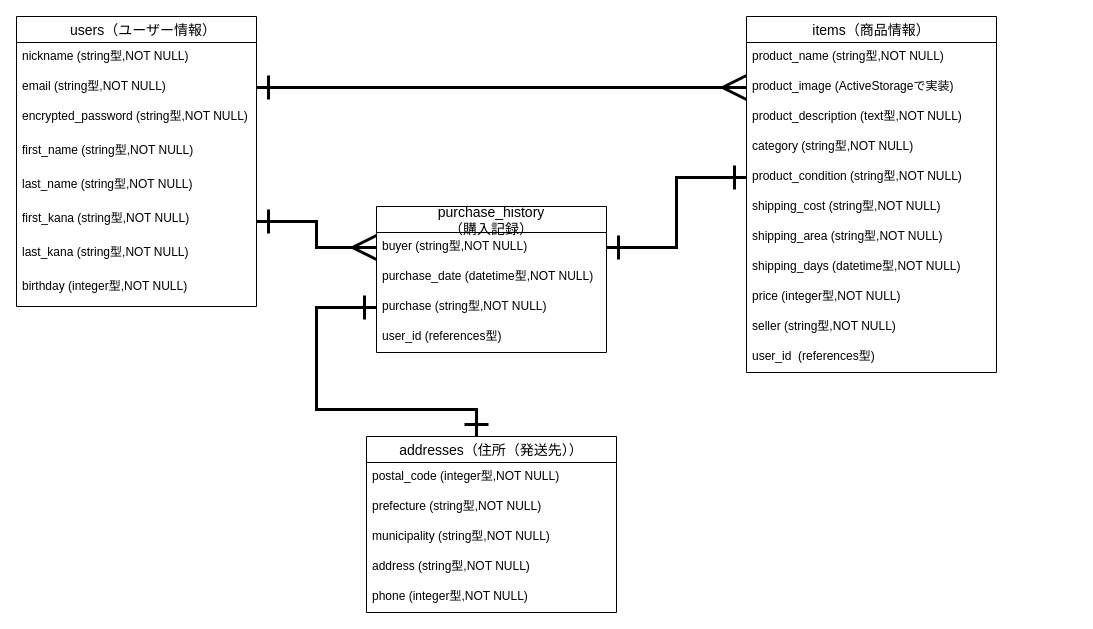
This is furima.dio from taka826/furima-30597, a draw.io file, before an edit. Source tidied: cells renumbered, new cells numbered last; positions are measured from the earlier drawing's top-left corner, leaving out a move shared by most shapes. Both pictures are drawn from the tidied source at 100%, with x=0, y=0 at pixel (16, 16).
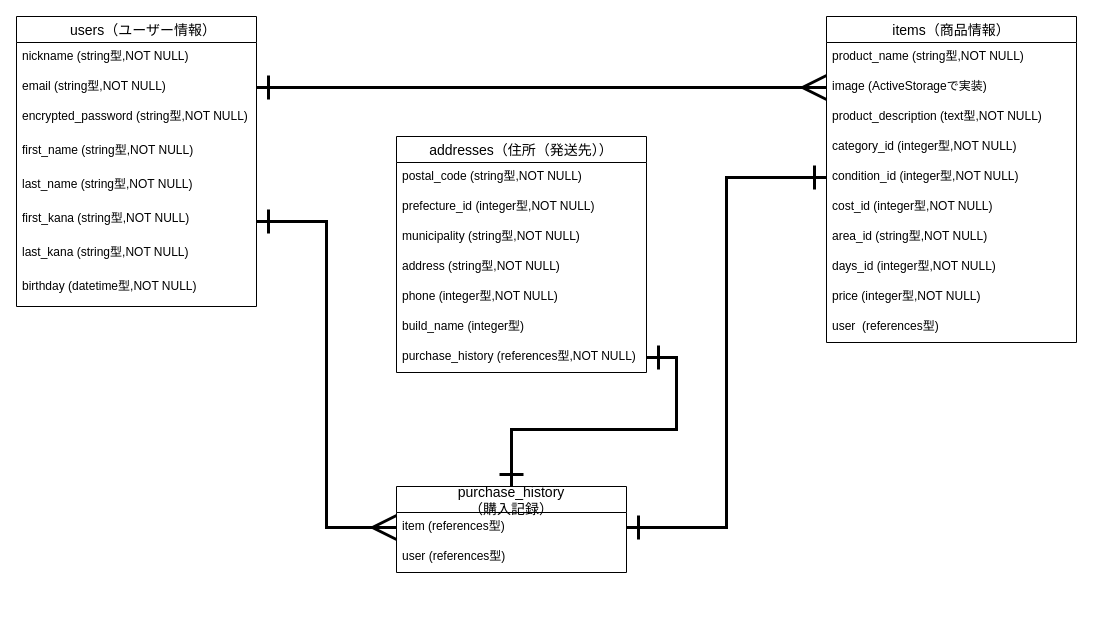
After the change.

Commit message (it also covers changes not shown here):
指摘を頂いた箇所の改善

The change refers to these unchanged cells:
```xml
<mxCell id="6" value="　users（ユーザー情報）" style="swimlane;fontStyle=0;horizontal=1;startSize=26;align=center;fontSize=14;" parent="1" vertex="1">
  <mxGeometry width="240" height="290" as="geometry" />
</mxCell>
```

Change to the diagram source:
```diff
@@
-    <mxCell id="4" style="edgeStyle=orthogonalEdgeStyle;rounded=0;jettySize=auto;html=1;exitX=0;exitY=0.5;exitDx=0;exitDy=0;entryX=0.44;entryY=0;entryDx=0;entryDy=0;entryPerimeter=0;startArrow=ERone;startFill=0;startSize=20;endArrow=ERone;endFill=0;endSize=20;strokeWidth=3;" parent="1" edge="1" target="32">
-      <mxGeometry relative="1" as="geometry">
-        <mxPoint x="360" y="291" as="sourcePoint" />
-        <Array as="points">
-          <mxPoint x="300" y="291" />
-          <mxPoint x="300" y="393" />
-          <mxPoint x="460" y="393" />
-        </Array>
-      </mxGeometry>
-    </mxCell>
@@
-    <mxCell id="14" value="birthday (integer型,NOT NULL)" style="text;strokeColor=none;fillColor=none;spacingLeft=4;spacingRight=4;overflow=hidden;fontSize=12;" parent="6" vertex="1">
+    <mxCell id="14" value="birthday (datetime型,NOT NULL)" style="text;strokeColor=none;fillColor=none;spacingLeft=4;spacingRight=4;overflow=hidden;fontSize=12;" parent="6" vertex="1">
       <mxGeometry y="256" width="240" height="34" as="geometry" />
     </mxCell>
     <mxCell id="15" value="items（商品情報）" style="swimlane;fontStyle=0;horizontal=1;startSize=26;align=center;fontSize=14;" parent="1" vertex="1">
-      <mxGeometry x="730" width="250" height="356" as="geometry" />
+      <mxGeometry x="810" width="250" height="326" as="geometry" />
     </mxCell>
@@
-    <mxCell id="17" value="product_image (ActiveStorageで実装)" style="text;strokeColor=none;fillColor=none;spacingLeft=4;spacingRight=4;overflow=hidden;points=[[0,0.5],[1,0.5]];portConstraint=eastwest;fontSize=12;" parent="15" vertex="1">
+    <mxCell id="17" value="image (ActiveStorageで実装)" style="text;strokeColor=none;fillColor=none;spacingLeft=4;spacingRight=4;overflow=hidden;points=[[0,0.5],[1,0.5]];portConstraint=eastwest;fontSize=12;" parent="15" vertex="1">
       <mxGeometry y="56" width="250" height="30" as="geometry" />
     </mxCell>
@@
-    <mxCell id="19" value="category (string型,NOT NULL)" style="text;strokeColor=none;fillColor=none;spacingLeft=4;spacingRight=4;overflow=hidden;fontSize=12;" parent="15" vertex="1">
+    <mxCell id="19" value="category_id (integer型,NOT NULL)" style="text;strokeColor=none;fillColor=none;spacingLeft=4;spacingRight=4;overflow=hidden;fontSize=12;" parent="15" vertex="1">
       <mxGeometry y="116" width="250" height="30" as="geometry" />
     </mxCell>
-    <mxCell id="20" value="product_condition (string型,NOT NULL)" style="text;strokeColor=none;fillColor=none;spacingLeft=4;spacingRight=4;overflow=hidden;points=[[0,0.5],[1,0.5]];portConstraint=eastwest;fontSize=12;" parent="15" vertex="1">
+    <mxCell id="20" value="condition_id (integer型,NOT NULL)" style="text;strokeColor=none;fillColor=none;spacingLeft=4;spacingRight=4;overflow=hidden;points=[[0,0.5],[1,0.5]];portConstraint=eastwest;fontSize=12;" parent="15" vertex="1">
       <mxGeometry y="146" width="250" height="30" as="geometry" />
     </mxCell>
-    <mxCell id="21" value="shipping_cost (string型,NOT NULL)" style="text;strokeColor=none;fillColor=none;spacingLeft=4;spacingRight=4;overflow=hidden;fontSize=12;" parent="15" vertex="1">
+    <mxCell id="21" value="cost_id (integer型,NOT NULL)" style="text;strokeColor=none;fillColor=none;spacingLeft=4;spacingRight=4;overflow=hidden;fontSize=12;" parent="15" vertex="1">
       <mxGeometry y="176" width="250" height="30" as="geometry" />
     </mxCell>
-    <mxCell id="22" value="shipping_area (string型,NOT NULL)" style="text;strokeColor=none;fillColor=none;spacingLeft=4;spacingRight=4;overflow=hidden;fontSize=12;" parent="15" vertex="1">
+    <mxCell id="22" value="area_id (string型,NOT NULL)" style="text;strokeColor=none;fillColor=none;spacingLeft=4;spacingRight=4;overflow=hidden;fontSize=12;" parent="15" vertex="1">
       <mxGeometry y="206" width="250" height="30" as="geometry" />
     </mxCell>
-    <mxCell id="23" value="shipping_days (datetime型,NOT NULL)" style="text;strokeColor=none;fillColor=none;spacingLeft=4;spacingRight=4;overflow=hidden;fontSize=12;" parent="15" vertex="1">
+    <mxCell id="23" value="days_id (integer型,NOT NULL)" style="text;strokeColor=none;fillColor=none;spacingLeft=4;spacingRight=4;overflow=hidden;fontSize=12;" parent="15" vertex="1">
       <mxGeometry y="236" width="250" height="30" as="geometry" />
     </mxCell>
@@
-    <mxCell id="25" value="seller (string型,NOT NULL)" style="text;strokeColor=none;fillColor=none;spacingLeft=4;spacingRight=4;overflow=hidden;fontSize=12;" parent="15" vertex="1">
-      <mxGeometry y="296" width="250" height="30" as="geometry" />
-    </mxCell>
-    <mxCell id="26" value="user_id  (references型)" style="text;strokeColor=none;fillColor=none;spacingLeft=4;spacingRight=4;overflow=hidden;fontSize=12;" parent="15" vertex="1">
-      <mxGeometry y="326" width="250" height="30" as="geometry" />
+    <mxCell id="26" value="user  (references型)" style="text;strokeColor=none;fillColor=none;spacingLeft=4;spacingRight=4;overflow=hidden;fontSize=12;" parent="15" vertex="1">
+      <mxGeometry y="296" width="250" height="30" as="geometry" />
     </mxCell>
-    <mxCell id="27" value="purchase_history&#10;（購入記録）" style="swimlane;fontStyle=0;horizontal=1;startSize=26;align=center;fontSize=14;" parent="1" vertex="1">
-      <mxGeometry x="360" y="190" width="230" height="146" as="geometry" />
-    </mxCell>
-    <mxCell id="28" value="buyer (string型,NOT NULL)" style="text;strokeColor=none;fillColor=none;spacingLeft=4;spacingRight=4;overflow=hidden;points=[[0,0.5],[1,0.5]];portConstraint=eastwest;fontSize=12;" parent="27" vertex="1">
-      <mxGeometry y="26" width="230" height="30" as="geometry" />
-    </mxCell>
-    <mxCell id="29" value="purchase_date (datetime型,NOT NULL)" style="text;strokeColor=none;fillColor=none;spacingLeft=4;spacingRight=4;overflow=hidden;fontSize=12;" parent="27" vertex="1">
-      <mxGeometry y="56" width="230" height="30" as="geometry" />
-    </mxCell>
-    <mxCell id="30" value="purchase (string型,NOT NULL)" style="text;strokeColor=none;fillColor=none;spacingLeft=4;spacingRight=4;overflow=hidden;fontSize=12;" parent="27" vertex="1">
-      <mxGeometry y="86" width="230" height="30" as="geometry" />
-    </mxCell>
-    <mxCell id="31" value="user_id (references型)" style="text;strokeColor=none;fillColor=none;spacingLeft=4;spacingRight=4;overflow=hidden;fontSize=12;" parent="27" vertex="1">
-      <mxGeometry y="116" width="230" height="30" as="geometry" />
-    </mxCell>
     <mxCell id="32" value="addresses（住所（発送先））" style="swimlane;fontStyle=0;horizontal=1;startSize=26;align=center;fontSize=14;" parent="1" vertex="1">
-      <mxGeometry x="350" y="420" width="250" height="176" as="geometry" />
+      <mxGeometry x="380" y="120" width="250" height="236" as="geometry" />
     </mxCell>
-    <mxCell id="33" value="postal_code (integer型,NOT NULL)" style="text;strokeColor=none;fillColor=none;spacingLeft=4;spacingRight=4;overflow=hidden;fontSize=12;" parent="32" vertex="1">
+    <mxCell id="33" value="postal_code (string型,NOT NULL)" style="text;strokeColor=none;fillColor=none;spacingLeft=4;spacingRight=4;overflow=hidden;fontSize=12;" parent="32" vertex="1">
       <mxGeometry y="26" width="250" height="30" as="geometry" />
     </mxCell>
-    <mxCell id="34" value="prefecture (string型,NOT NULL)" style="text;strokeColor=none;fillColor=none;spacingLeft=4;spacingRight=4;overflow=hidden;fontSize=12;" parent="32" vertex="1">
+    <mxCell id="34" value="prefecture_id (integer型,NOT NULL)" style="text;strokeColor=none;fillColor=none;spacingLeft=4;spacingRight=4;overflow=hidden;fontSize=12;" parent="32" vertex="1">
       <mxGeometry y="56" width="250" height="30" as="geometry" />
     </mxCell>
@@
+    <mxCell id="38" value="build_name (integer型)" style="text;strokeColor=none;fillColor=none;spacingLeft=4;spacingRight=4;overflow=hidden;fontSize=12;" parent="32" vertex="1">
+      <mxGeometry y="176" width="250" height="30" as="geometry" />
+    </mxCell>
+    <mxCell id="39" value="purchase_history (references型,NOT NULL)" style="text;strokeColor=none;fillColor=none;spacingLeft=4;spacingRight=4;overflow=hidden;points=[[0,0.5],[1,0.5]];portConstraint=eastwest;fontSize=12;" parent="32" vertex="1">
+      <mxGeometry y="206" width="250" height="30" as="geometry" />
+    </mxCell>
+    <mxCell id="27" value="purchase_history&#10;（購入記録）" style="swimlane;fontStyle=0;horizontal=1;startSize=26;align=center;fontSize=14;" parent="1" vertex="1">
+      <mxGeometry x="380" y="470" width="230" height="86" as="geometry" />
+    </mxCell>
+    <mxCell id="28" value="item (references型)" style="text;strokeColor=none;fillColor=none;spacingLeft=4;spacingRight=4;overflow=hidden;points=[[0,0.5],[1,0.5]];portConstraint=eastwest;fontSize=12;" parent="27" vertex="1">
+      <mxGeometry y="26" width="230" height="30" as="geometry" />
+    </mxCell>
+    <mxCell id="31" value="user (references型)" style="text;strokeColor=none;fillColor=none;spacingLeft=4;spacingRight=4;overflow=hidden;fontSize=12;" parent="27" vertex="1">
+      <mxGeometry y="56" width="230" height="30" as="geometry" />
+    </mxCell>
+    <mxCell id="40" style="edgeStyle=orthogonalEdgeStyle;rounded=0;jettySize=auto;html=1;exitX=1;exitY=0.5;exitDx=0;exitDy=0;entryX=0.5;entryY=0;entryDx=0;entryDy=0;startArrow=ERone;startFill=0;startSize=20;endArrow=ERone;endFill=0;endSize=20;strokeWidth=3;" parent="1" edge="1" source="39" target="27">
+      <mxGeometry relative="1" as="geometry" />
+    </mxCell>
```
